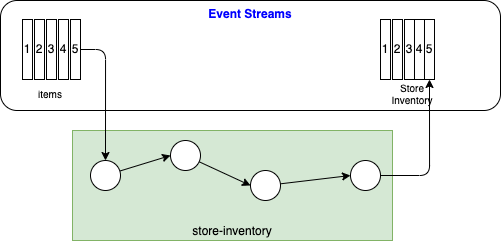
Earlier version of the draw.io export docs/images/store-inv.png (ibm-cloud-architecture/eda-tech-academy). Source tidied: cells renumbered, new cells last; positions are measured from the earlier drawing's top-left corner, leaving out a move shared by most shapes.
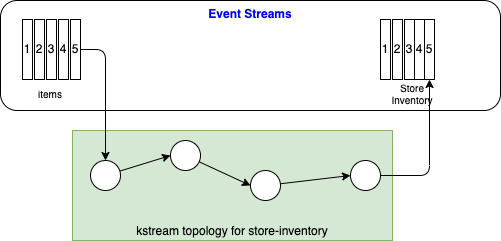
Later version of the same file.

Change to the diagram source:
```diff
@@ -44,7 +44,7 @@
     <mxCell id="15" value="items" style="text;html=1;strokeColor=none;fillColor=none;align=center;verticalAlign=middle;whiteSpace=wrap;rounded=0;fontSize=10;" parent="1" vertex="1">
       <mxGeometry x="20" y="83" width="60" height="19" as="geometry" />
     </mxCell>
-    <mxCell id="16" value="store-inventory" style="rounded=0;whiteSpace=wrap;html=1;fillColor=#d5e8d4;strokeColor=#82b366;verticalAlign=bottom;" parent="1" vertex="1">
+    <mxCell id="16" value="kstream topology for store-inventory" style="rounded=0;whiteSpace=wrap;html=1;fillColor=#d5e8d4;strokeColor=#82b366;verticalAlign=bottom;" parent="1" vertex="1">
       <mxGeometry x="72" y="130" width="320" height="110" as="geometry" />
     </mxCell>
     <mxCell id="17" style="edgeStyle=none;html=1;entryX=0;entryY=0.5;entryDx=0;entryDy=0;" parent="1" edge="1" source="18" target="22">
```
